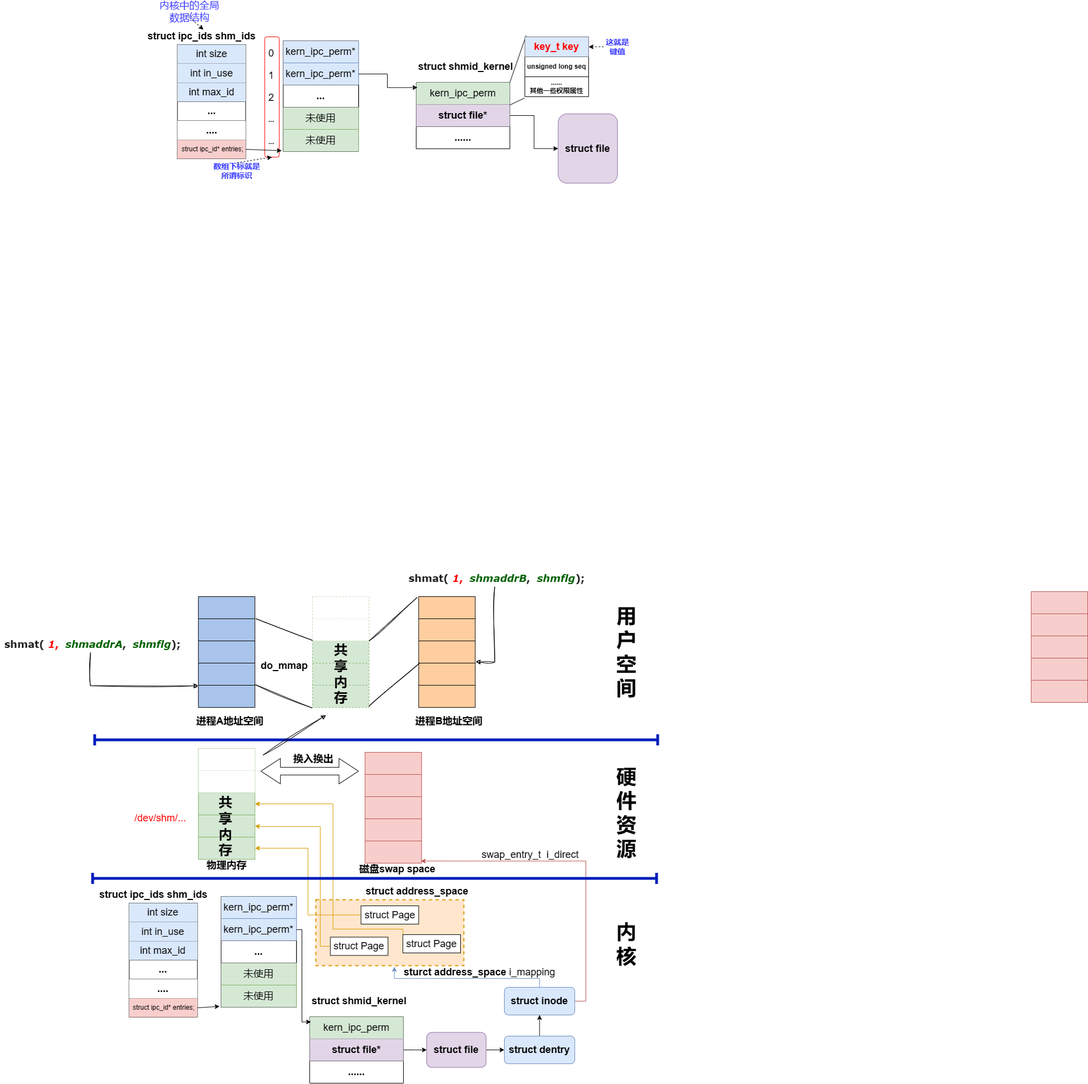
Before: OS/linux内核源代码情景分析/第六章/systemV共享内存.drawio.png, a diagram exported from draw.io (SixPlusAndTimes/drawio). Source tidied: cells renumbered, new cells last; positions are measured from the earlier drawing's top-left corner, leaving out a move shared by most shapes.
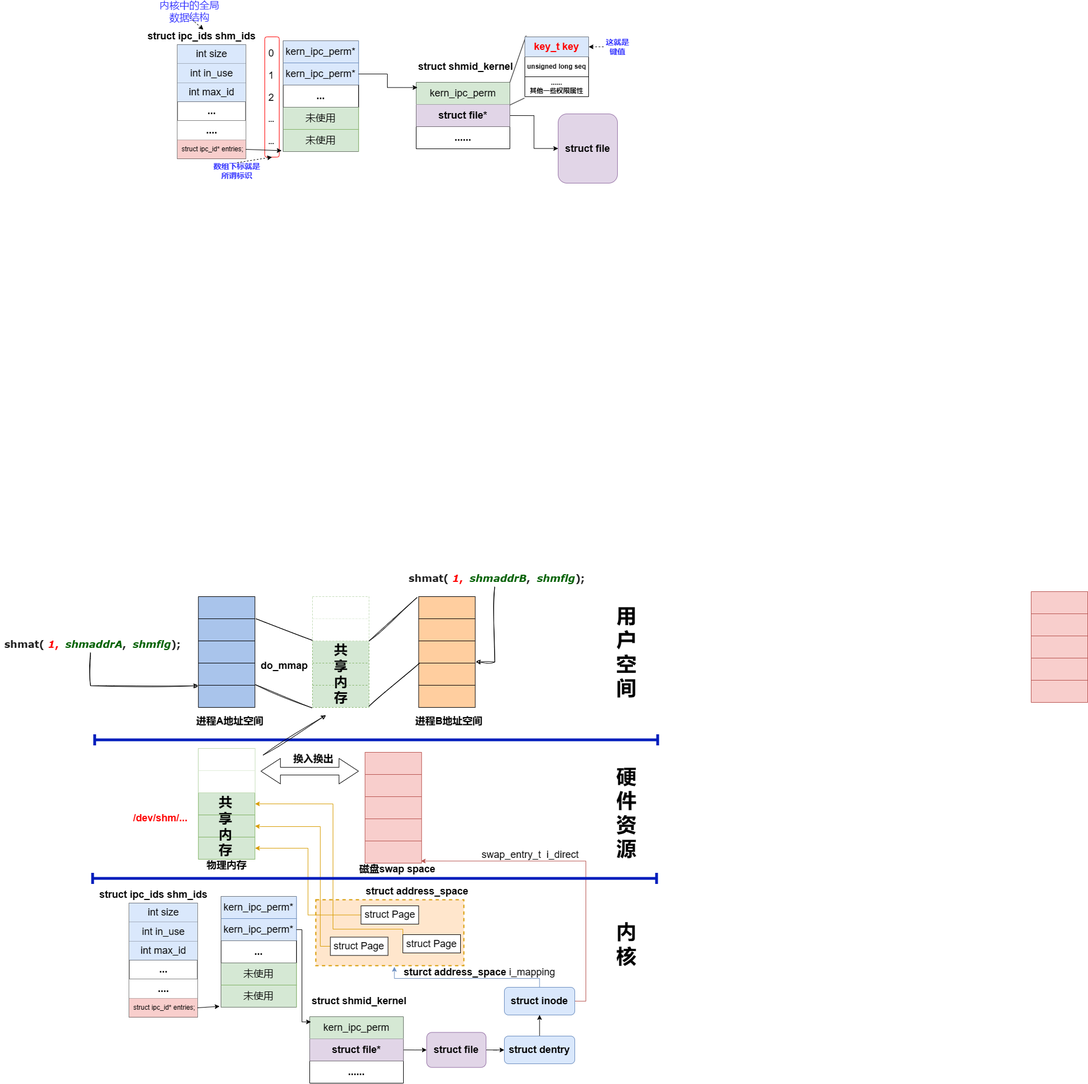
Later version of the same file.

Commit message:
更新systemV共享内存.drawio.png

What changed in the source:
```diff
@@ -669,7 +669,7 @@
     <mxCell id="207" value="&lt;b style=&quot;&quot;&gt;&lt;font style=&quot;font-size: 24px;&quot;&gt;共享内存&lt;/font&gt;&lt;/b&gt;" style="text;html=1;strokeColor=none;fillColor=none;align=center;verticalAlign=middle;whiteSpace=wrap;rounded=0;" parent="1" vertex="1">
       <mxGeometry x="322" y="1465" width="44.5" height="30" as="geometry" />
     </mxCell>
-    <mxCell id="208" value="&lt;font color=&quot;#ff0000&quot; style=&quot;font-size: 18px;&quot;&gt;/dev/shm/...&lt;/font&gt;" style="text;html=1;strokeColor=none;fillColor=none;align=center;verticalAlign=middle;whiteSpace=wrap;rounded=0;" parent="1" vertex="1">
+    <mxCell id="208" value="&lt;font color=&quot;#ff0000&quot; style=&quot;font-size: 18px;&quot;&gt;&lt;b&gt;/dev/shm/...&lt;/b&gt;&lt;/font&gt;" style="text;html=1;strokeColor=none;fillColor=none;align=center;verticalAlign=middle;whiteSpace=wrap;rounded=0;" parent="1" vertex="1">
       <mxGeometry x="175" y="1450" width="104" height="30" as="geometry" />
     </mxCell>
   </root>
```
